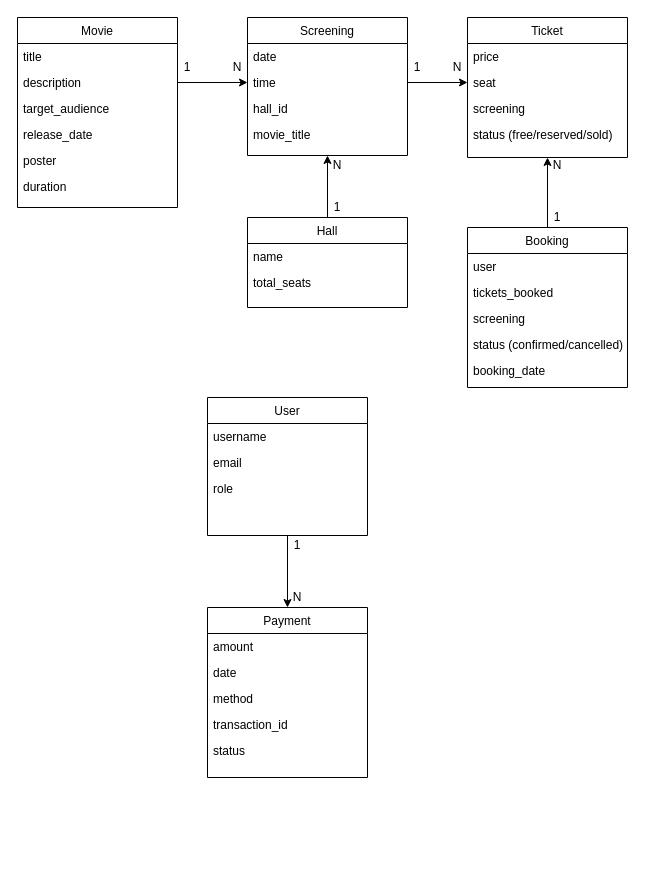
chirikkikik/cinema keeps this draw.io diagram as Class Diagram.drawio. Above is the earlier version. Source tidied: cells renumbered, new cells numbered last; positions are measured from the earlier drawing's top-left corner, leaving out a move shared by most shapes. Both pictures are drawn from the tidied source at 100%, with x=0, y=0 at pixel (17, 17).
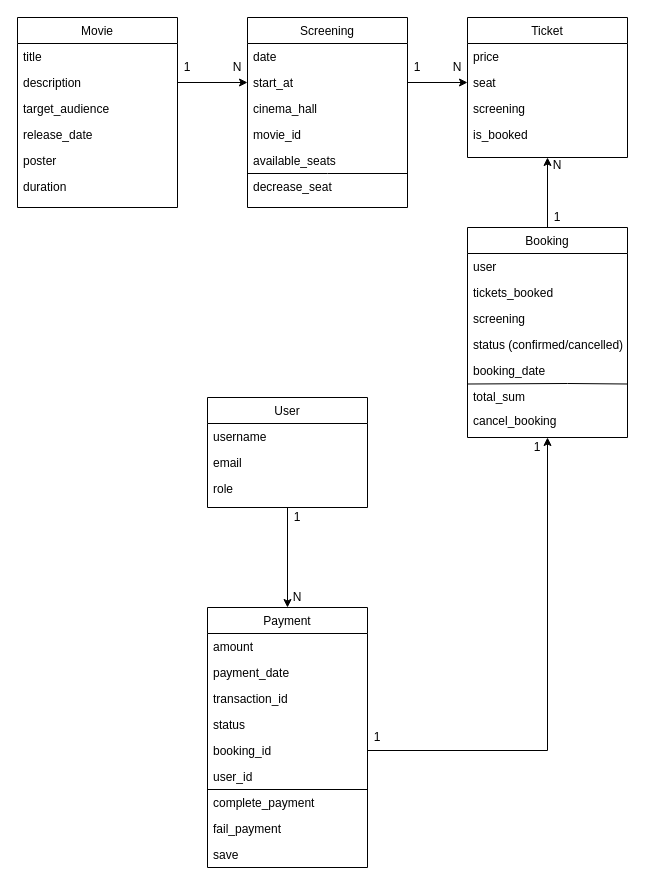
Above is the later version.

Unchanged cells that the change refers to:
```xml
<mxCell id="12" value="Ticket" style="swimlane;fontStyle=0;align=center;verticalAlign=top;horizontal=1;startSize=26;rounded=0;shadow=0;strokeWidth=1;" parent="1" vertex="1">
  <mxGeometry x="450" width="160" height="140" as="geometry" />
</mxCell>
```

What changed in the source:
```diff
@@
     <mxCell id="3" value="User" style="swimlane;fontStyle=0;align=center;verticalAlign=top;horizontal=1;startSize=26;rounded=0;shadow=0;strokeWidth=1;" parent="1" vertex="1">
-      <mxGeometry x="190" y="380" width="160" height="138" as="geometry" />
+      <mxGeometry x="190" y="380" width="160" height="110" as="geometry" />
     </mxCell>
@@
     <mxCell id="7" value="Screening" style="swimlane;fontStyle=0;align=center;verticalAlign=top;horizontal=1;startSize=26;rounded=0;shadow=0;strokeWidth=1;" parent="1" vertex="1">
-      <mxGeometry x="230" width="160" height="138" as="geometry" />
+      <mxGeometry x="230" width="160" height="190" as="geometry" />
     </mxCell>
@@
-    <mxCell id="9" value="time" style="text;align=left;verticalAlign=top;spacingLeft=4;spacingRight=4;overflow=hidden;points=[[0,0.5],[1,0.5]];portConstraint=eastwest;rounded=0;shadow=0;html=0;" parent="7" vertex="1">
+    <mxCell id="9" value="start_at" style="text;align=left;verticalAlign=top;spacingLeft=4;spacingRight=4;overflow=hidden;points=[[0,0.5],[1,0.5]];portConstraint=eastwest;rounded=0;shadow=0;html=0;" parent="7" vertex="1">
       <mxGeometry y="52" width="160" height="26" as="geometry" />
     </mxCell>
-    <mxCell id="10" value="hall_id" style="text;align=left;verticalAlign=top;spacingLeft=4;spacingRight=4;overflow=hidden;rounded=0;shadow=0;html=0;" parent="7" vertex="1">
+    <mxCell id="10" value="cinema_hall" style="text;align=left;verticalAlign=top;spacingLeft=4;spacingRight=4;overflow=hidden;rounded=0;shadow=0;html=0;" parent="7" vertex="1">
       <mxGeometry y="78" width="160" height="26" as="geometry" />
     </mxCell>
-    <mxCell id="11" value="movie_title" style="text;align=left;verticalAlign=top;spacingLeft=4;spacingRight=4;overflow=hidden;rounded=0;shadow=0;html=0;" parent="7" vertex="1">
+    <mxCell id="11" value="movie_id" style="text;align=left;verticalAlign=top;spacingLeft=4;spacingRight=4;overflow=hidden;rounded=0;shadow=0;html=0;" parent="7" vertex="1">
       <mxGeometry y="104" width="160" height="26" as="geometry" />
     </mxCell>
+    <mxCell id="53" value="available_seats" style="text;align=left;verticalAlign=top;spacingLeft=4;spacingRight=4;overflow=hidden;rounded=0;shadow=0;html=0;" parent="7" vertex="1">
+      <mxGeometry y="130" width="160" height="26" as="geometry" />
+    </mxCell>
+    <mxCell id="54" style="endArrow=none;html=1;rounded=0;exitX=0.003;exitY=0.958;exitDx=0;exitDy=0;exitPerimeter=0;" parent="7" edge="1">
+      <mxGeometry relative="1" as="geometry">
+        <mxPoint y="156" as="sourcePoint" />
+        <mxPoint x="160" y="156" as="targetPoint" />
+        <Array as="points">
+          <mxPoint x="80" y="156" />
+        </Array>
+      </mxGeometry>
+    </mxCell>
+    <mxCell id="55" value="decrease_seat" style="text;align=left;verticalAlign=top;spacingLeft=4;spacingRight=4;overflow=hidden;" parent="7" vertex="1">
+      <mxGeometry y="156" width="160" height="24" as="geometry" />
+    </mxCell>
@@
-    <mxCell id="16" value="status (free/reserved/sold)" style="text;align=left;verticalAlign=top;spacingLeft=4;spacingRight=4;overflow=hidden;" parent="12" vertex="1">
+    <mxCell id="16" value="is_booked" style="text;align=left;verticalAlign=top;spacingLeft=4;spacingRight=4;overflow=hidden;" parent="12" vertex="1">
       <mxGeometry y="104" width="160" height="26" as="geometry" />
     </mxCell>
@@
-    <mxCell id="24" style="edgeStyle=orthogonalEdgeStyle;rounded=0;jettySize=auto;html=1;exitX=0.5;exitY=0;exitDx=0;exitDy=0;entryX=0.5;entryY=1;entryDx=0;entryDy=0;" parent="1" edge="1" source="25" target="7">
-      <mxGeometry relative="1" as="geometry" />
-    </mxCell>
-    <mxCell id="25" value="Hall" style="swimlane;fontStyle=0;align=center;verticalAlign=top;horizontal=1;startSize=26;rounded=0;shadow=0;strokeWidth=1;" parent="1" vertex="1">
-      <mxGeometry x="230" y="200" width="160" height="90" as="geometry" />
-    </mxCell>
-    <mxCell id="26" value="name" style="text;align=left;verticalAlign=top;spacingLeft=4;spacingRight=4;overflow=hidden;" parent="25" vertex="1">
-      <mxGeometry y="26" width="160" height="26" as="geometry" />
-    </mxCell>
-    <mxCell id="27" value="total_seats" style="text;align=left;verticalAlign=top;spacingLeft=4;spacingRight=4;overflow=hidden;" parent="25" vertex="1">
-      <mxGeometry y="52" width="160" height="26" as="geometry" />
-    </mxCell>
     <mxCell id="28" value="Payment" style="swimlane;fontStyle=0;align=center;verticalAlign=top;horizontal=1;startSize=26;rounded=0;shadow=0;strokeWidth=1;" parent="1" vertex="1">
-      <mxGeometry x="190" y="590" width="160" height="170" as="geometry" />
+      <mxGeometry x="190" y="590" width="160" height="260" as="geometry" />
     </mxCell>
@@
-    <mxCell id="30" value="date" style="text;align=left;verticalAlign=top;spacingLeft=4;spacingRight=4;overflow=hidden;rounded=0;shadow=0;html=0;" parent="28" vertex="1">
+    <mxCell id="30" value="payment_date" style="text;align=left;verticalAlign=top;spacingLeft=4;spacingRight=4;overflow=hidden;rounded=0;shadow=0;html=0;" parent="28" vertex="1">
       <mxGeometry y="52" width="160" height="26" as="geometry" />
     </mxCell>
-    <mxCell id="31" value="method" style="text;align=left;verticalAlign=top;spacingLeft=4;spacingRight=4;overflow=hidden;rounded=0;shadow=0;html=0;" parent="28" vertex="1">
-      <mxGeometry y="78" width="160" height="26" as="geometry" />
-    </mxCell>
     <mxCell id="32" value="transaction_id" style="text;align=left;verticalAlign=top;spacingLeft=4;spacingRight=4;overflow=hidden;rounded=0;shadow=0;html=0;" parent="28" vertex="1">
-      <mxGeometry y="104" width="160" height="26" as="geometry" />
+      <mxGeometry y="78" width="160" height="26" as="geometry" />
     </mxCell>
     <mxCell id="33" value="status" style="text;align=left;verticalAlign=top;spacingLeft=4;spacingRight=4;overflow=hidden;rounded=0;shadow=0;html=0;" parent="28" vertex="1">
-      <mxGeometry y="130" width="160" height="26" as="geometry" />
+      <mxGeometry y="104" width="160" height="26" as="geometry" />
     </mxCell>
+    <mxCell id="56" value="booking_id" style="text;align=left;verticalAlign=top;spacingLeft=4;spacingRight=4;overflow=hidden;points=[[0,0.5],[1,0.5]];portConstraint=eastwest;rounded=0;shadow=0;html=0;" parent="28" vertex="1">
+      <mxGeometry y="130" width="160" height="26" as="geometry" />
+    </mxCell>
+    <mxCell id="57" value="user_id" style="text;align=left;verticalAlign=top;spacingLeft=4;spacingRight=4;overflow=hidden;rounded=0;shadow=0;html=0;" parent="28" vertex="1">
+      <mxGeometry y="156" width="160" height="26" as="geometry" />
+    </mxCell>
+    <mxCell id="58" style="endArrow=none;html=1;rounded=0;" parent="28" edge="1">
+      <mxGeometry relative="1" as="geometry">
+        <mxPoint y="182" as="sourcePoint" />
+        <mxPoint x="160" y="182" as="targetPoint" />
+      </mxGeometry>
+    </mxCell>
+    <mxCell id="59" value="complete_payment " style="text;align=left;verticalAlign=top;spacingLeft=4;spacingRight=4;overflow=hidden;rounded=0;shadow=0;html=0;" parent="28" vertex="1">
+      <mxGeometry y="182" width="160" height="26" as="geometry" />
+    </mxCell>
+    <mxCell id="60" value="fail_payment " style="text;align=left;verticalAlign=top;spacingLeft=4;spacingRight=4;overflow=hidden;rounded=0;shadow=0;html=0;" parent="28" vertex="1">
+      <mxGeometry y="208" width="160" height="26" as="geometry" />
+    </mxCell>
+    <mxCell id="61" value="save" style="text;align=left;verticalAlign=top;spacingLeft=4;spacingRight=4;overflow=hidden;rounded=0;shadow=0;html=0;" parent="28" vertex="1">
+      <mxGeometry y="234" width="160" height="26" as="geometry" />
+    </mxCell>
@@
-    <mxCell id="40" value="1" style="text;html=1;align=center;verticalAlign=middle;whiteSpace=wrap;rounded=0;" parent="1" vertex="1">
-      <mxGeometry x="310" y="180" width="20" height="20" as="geometry" />
-    </mxCell>
-    <mxCell id="41" value="N" style="text;html=1;align=center;verticalAlign=middle;whiteSpace=wrap;rounded=0;" parent="1" vertex="1">
-      <mxGeometry x="310" y="138" width="20" height="20" as="geometry" />
-    </mxCell>
     <mxCell id="42" value="1" style="text;html=1;align=center;verticalAlign=middle;whiteSpace=wrap;rounded=0;" parent="1" vertex="1">
-      <mxGeometry x="270" y="518" width="20" height="20" as="geometry" />
+      <mxGeometry x="270" y="490" width="20" height="20" as="geometry" />
     </mxCell>
@@
     <mxCell id="45" value="Booking" style="swimlane;fontStyle=0;align=center;verticalAlign=top;horizontal=1;startSize=26;rounded=0;shadow=0;strokeWidth=1;" parent="1" vertex="1">
-      <mxGeometry x="450" y="210" width="160" height="160" as="geometry" />
+      <mxGeometry x="450" y="210" width="160" height="210" as="geometry" />
     </mxCell>
@@
+    <mxCell id="62" style="endArrow=none;html=1;rounded=0;exitX=0;exitY=0.75;exitDx=0;exitDy=0;entryX=1;entryY=0.75;entryDx=0;entryDy=0;" parent="45" edge="1">
+      <mxGeometry relative="1" as="geometry">
+        <mxPoint y="156.5" as="sourcePoint" />
+        <mxPoint x="160" y="156.5" as="targetPoint" />
+        <Array as="points">
+          <mxPoint x="100" y="156" />
+        </Array>
+      </mxGeometry>
+    </mxCell>
+    <mxCell id="63" value="total_sum" style="text;align=left;verticalAlign=top;spacingLeft=4;spacingRight=4;overflow=hidden;" parent="45" vertex="1">
+      <mxGeometry y="156" width="160" height="24" as="geometry" />
+    </mxCell>
+    <mxCell id="64" value="cancel_booking" style="text;align=left;verticalAlign=top;spacingLeft=4;spacingRight=4;overflow=hidden;" parent="45" vertex="1">
+      <mxGeometry y="180" width="160" height="26" as="geometry" />
+    </mxCell>
@@
+    <mxCell id="65" style="edgeStyle=orthogonalEdgeStyle;rounded=0;jettySize=auto;html=1;exitX=1;exitY=0.5;exitDx=0;exitDy=0;entryX=0.5;entryY=1;entryDx=0;entryDy=0;" parent="1" edge="1" source="56" target="45">
+      <mxGeometry relative="1" as="geometry" />
+    </mxCell>
+    <mxCell id="66" value="1" style="text;html=1;align=center;verticalAlign=middle;whiteSpace=wrap;rounded=0;" parent="1" vertex="1">
+      <mxGeometry x="350" y="710" width="20" height="20" as="geometry" />
+    </mxCell>
+    <mxCell id="67" value="1" style="text;html=1;align=center;verticalAlign=middle;whiteSpace=wrap;rounded=0;" parent="1" vertex="1">
+      <mxGeometry x="510" y="420" width="20" height="20" as="geometry" />
+    </mxCell>
```
